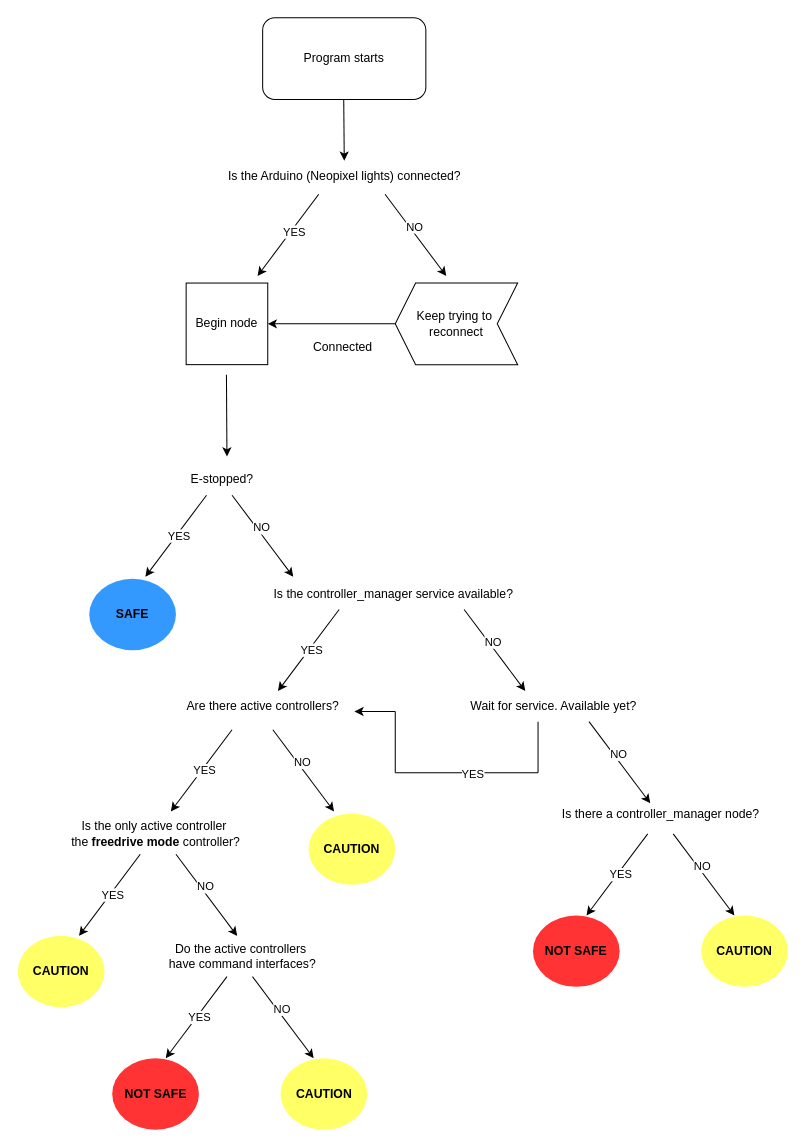
This is phoebe_safety/docs/safety_light_manager_node_architecture.dio from NASA-JSC-Robotics/phoebe_bridgeback, a draw.io file, before an edit. Source tidied: cells renumbered, new cells numbered last; positions are measured from the earlier drawing's top-left corner, leaving out a move shared by most shapes. Both pictures are drawn from the tidied source at 102%, with x=0, y=0 at pixel (17, 17).
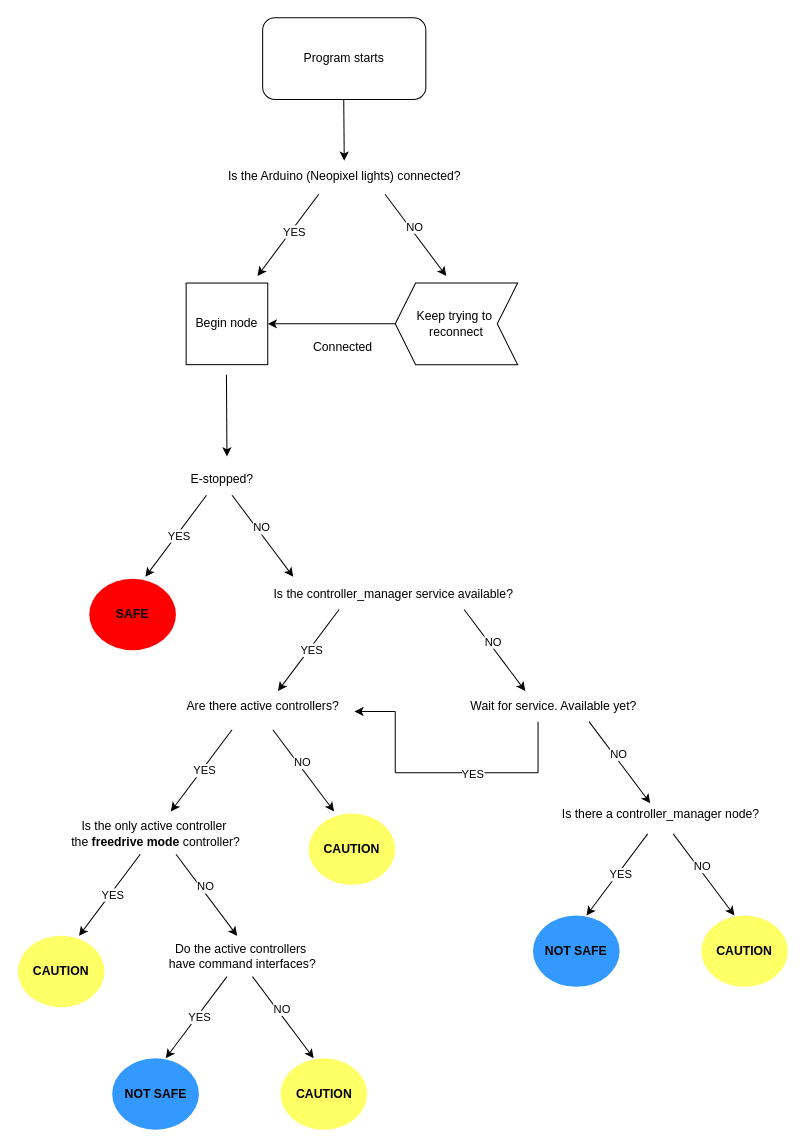
The same diagram, later.

Commit message (it also covers changes not shown here):
Updated the safe/not safe colors for consistency with body lights/our other robots.

Diff of the diagram source:
```diff
@@
-    <mxCell id="19" value="&lt;b&gt;&lt;font style=&quot;&quot;&gt;SAFE&lt;/font&gt;&lt;/b&gt;" style="ellipse;whiteSpace=wrap;html=1;fillColor=light-dark(#3399FF,#3399FF);strokeColor=none;fontColor=light-dark(#000000,#000000);" parent="1" vertex="1">
+    <mxCell id="19" value="&lt;b&gt;&lt;font style=&quot;&quot;&gt;SAFE&lt;/font&gt;&lt;/b&gt;" style="ellipse;whiteSpace=wrap;html=1;fillColor=light-dark(#FF0000,#3399FF);strokeColor=none;fontColor=light-dark(#000000,#000000);" parent="1" vertex="1">
       <mxGeometry x="70" y="550" width="85" height="70" as="geometry" />
     </mxCell>
@@
-    <mxCell id="41" value="&lt;b&gt;&lt;font style=&quot;&quot;&gt;NOT SAFE&lt;/font&gt;&lt;/b&gt;" style="ellipse;whiteSpace=wrap;html=1;fillColor=light-dark(#FF3333,#FF3333);strokeColor=none;fontColor=light-dark(#000000,#000000);" parent="1" vertex="1">
+    <mxCell id="41" value="&lt;b&gt;&lt;font style=&quot;&quot;&gt;NOT SAFE&lt;/font&gt;&lt;/b&gt;" style="ellipse;whiteSpace=wrap;html=1;fillColor=light-dark(#3399FF,#FF3333);strokeColor=none;fontColor=light-dark(#000000,#000000);" parent="1" vertex="1">
       <mxGeometry x="92.5" y="1020" width="85" height="70" as="geometry" />
     </mxCell>
@@
-    <mxCell id="58" value="&lt;b&gt;&lt;font style=&quot;&quot;&gt;NOT SAFE&lt;/font&gt;&lt;/b&gt;" style="ellipse;whiteSpace=wrap;html=1;fillColor=light-dark(#FF3333,#FF3333);strokeColor=none;fontColor=light-dark(#000000,#000000);" parent="1" vertex="1">
+    <mxCell id="58" value="&lt;b&gt;&lt;font style=&quot;&quot;&gt;NOT SAFE&lt;/font&gt;&lt;/b&gt;" style="ellipse;whiteSpace=wrap;html=1;fillColor=light-dark(#3399FF,#FF3333);strokeColor=none;fontColor=light-dark(#000000,#000000);" parent="1" vertex="1">
       <mxGeometry x="505" y="880" width="85" height="70" as="geometry" />
     </mxCell>
```
